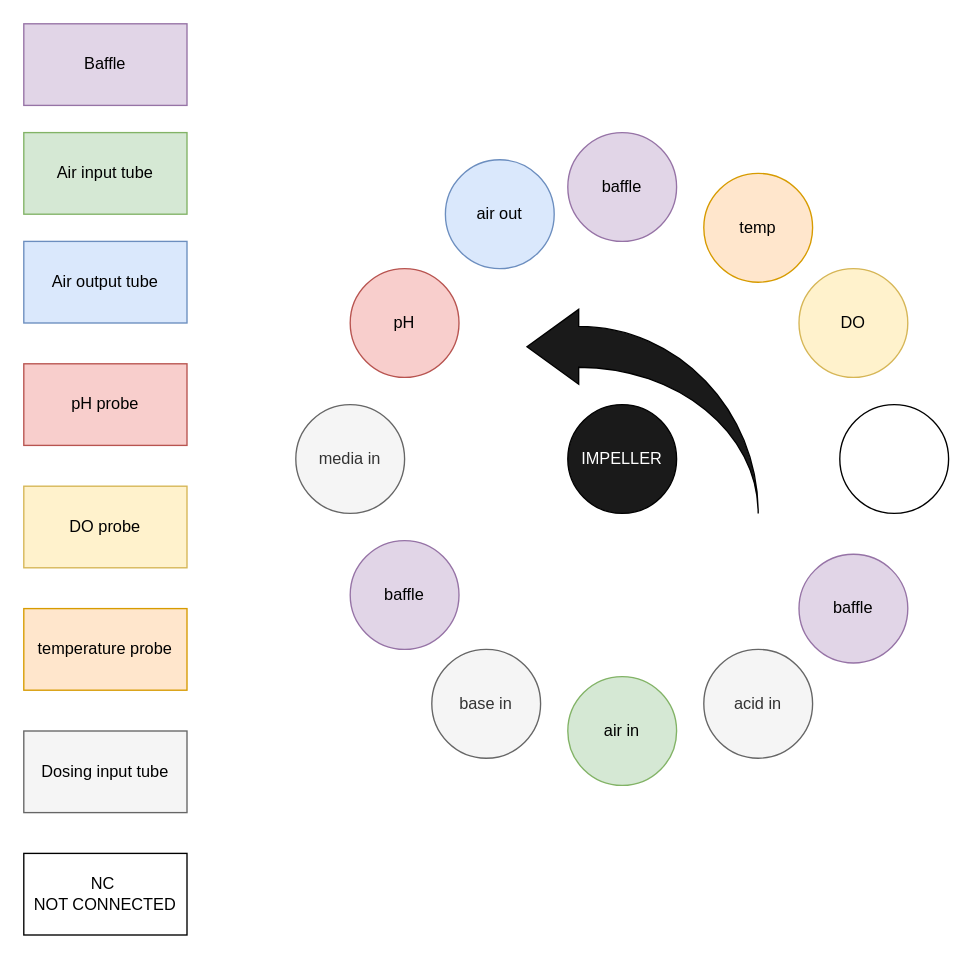
Earlier version of the draw.io diagram docs/ports_layout.drawio (uwo-fast/open-source-bioreactor). Source tidied: cells renumbered, new cells numbered last; positions are measured from the earlier drawing's top-left corner, leaving out a move shared by most shapes. Both pictures are drawn from the tidied source at 136%, with x=0, y=0 at pixel (23, 23).
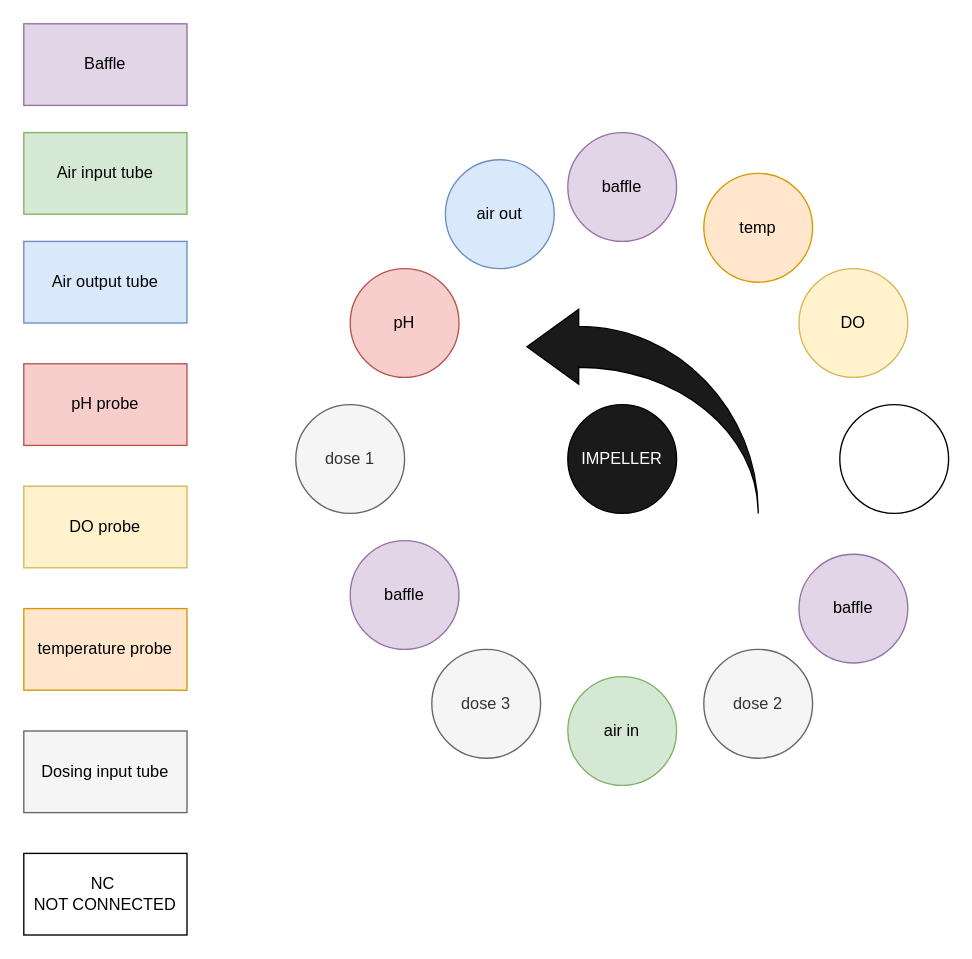
After the change.

The edit, as a diff of the source:
```diff
@@
-    <mxCell id="5" value="&lt;span style=&quot;color: rgb(51, 51, 51);&quot;&gt;media in&lt;/span&gt;" style="ellipse;whiteSpace=wrap;html=1;fillColor=#f5f5f5;fontColor=#333333;strokeColor=#666666;" parent="1" vertex="1">
+    <mxCell id="5" value="&lt;span style=&quot;color: rgb(51, 51, 51);&quot;&gt;dose 1&lt;/span&gt;" style="ellipse;whiteSpace=wrap;html=1;fillColor=#f5f5f5;fontColor=#333333;strokeColor=#666666;" parent="1" vertex="1">
       <mxGeometry x="200" y="280" width="80" height="80" as="geometry" />
     </mxCell>
@@
-    <mxCell id="8" value="acid in" style="ellipse;whiteSpace=wrap;html=1;fillColor=#f5f5f5;fontColor=#333333;strokeColor=#666666;" parent="1" vertex="1">
+    <mxCell id="8" value="dose 2" style="ellipse;whiteSpace=wrap;html=1;fillColor=#f5f5f5;fontColor=#333333;strokeColor=#666666;" parent="1" vertex="1">
       <mxGeometry x="500" y="460" width="80" height="80" as="geometry" />
     </mxCell>
@@
-    <mxCell id="14" value="base in" style="ellipse;whiteSpace=wrap;html=1;fillColor=#f5f5f5;fontColor=#333333;strokeColor=#666666;" parent="1" vertex="1">
+    <mxCell id="14" value="dose 3" style="ellipse;whiteSpace=wrap;html=1;fillColor=#f5f5f5;fontColor=#333333;strokeColor=#666666;" parent="1" vertex="1">
       <mxGeometry x="300" y="460" width="80" height="80" as="geometry" />
     </mxCell>
```
